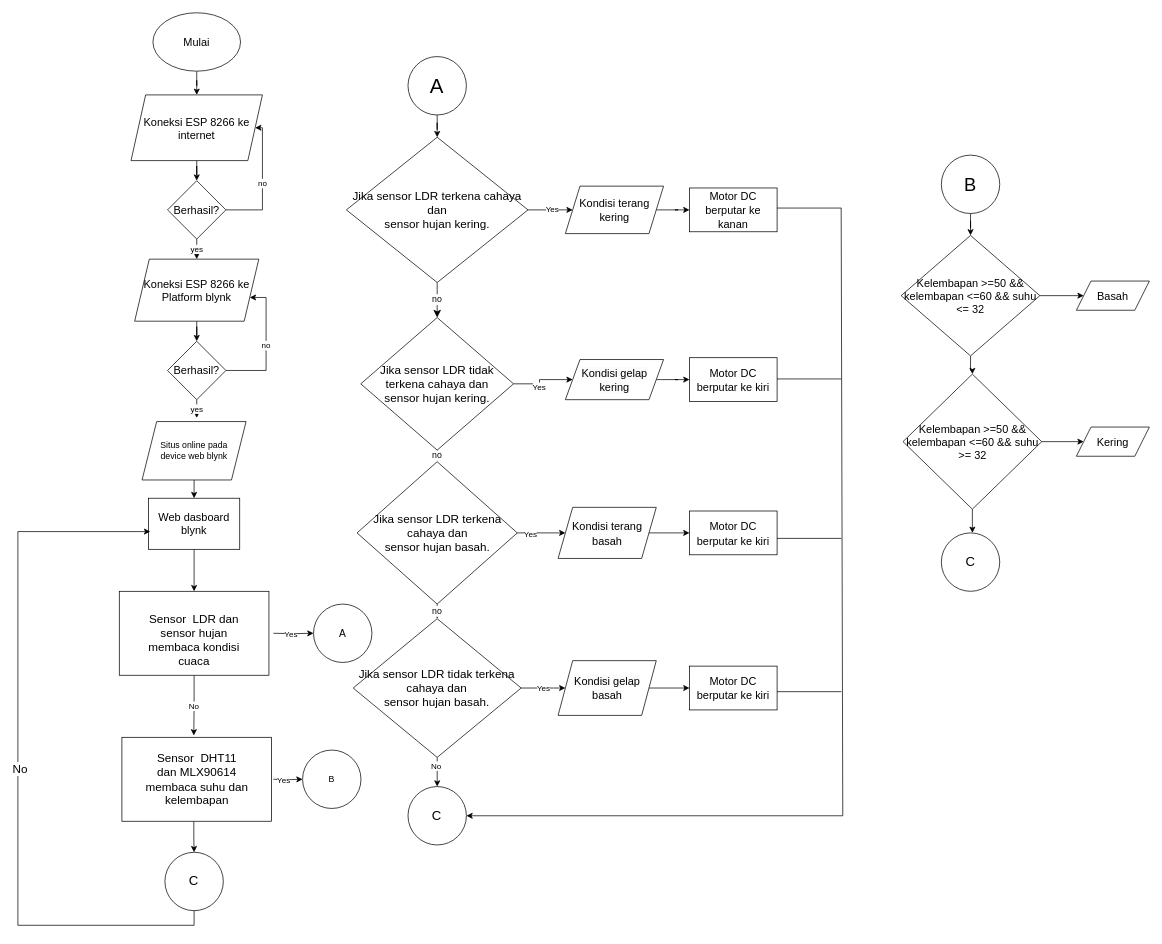
Before: Untitled Diagram.drawio in briannugroho/technical-project-Assignment-1, a draw.io diagram. Source tidied: cells renumbered, new cells numbered last; positions are measured from the earlier drawing's top-left corner, leaving out a move shared by most shapes. Both pictures are drawn from the tidied source at 73%, with x=0, y=0 at pixel (18, 12).
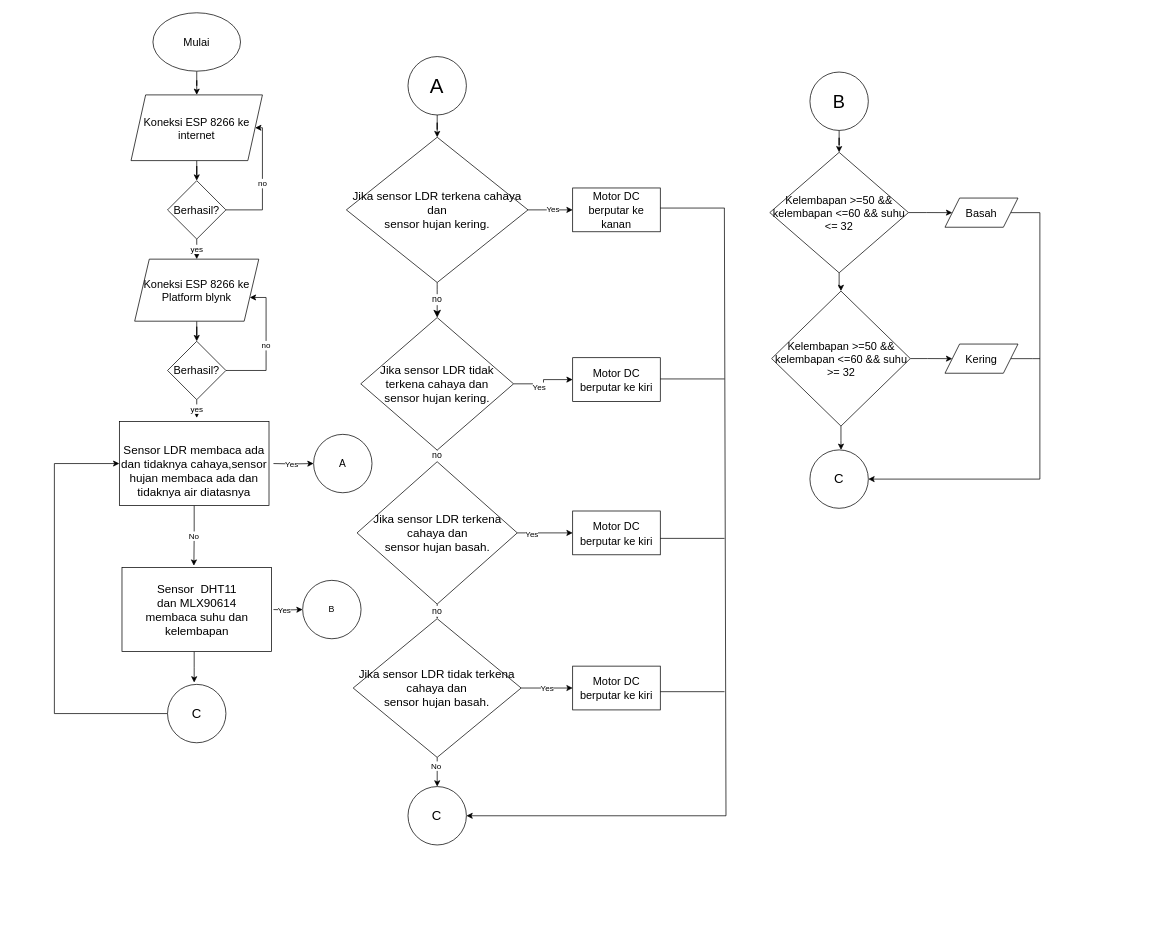
The same diagram, later.

Unchanged cells that the change refers to:
```xml
<mxCell id="19" value="&lt;font style=&quot;font-size: 16px;&quot;&gt;Jika sensor LDR terkena cahaya dan&lt;br&gt;sensor hujan kering.&lt;/font&gt;" style="rhombus;whiteSpace=wrap;html=1;rounded=0;fontSize=16;" parent="1" vertex="1">
  <mxGeometry x="450" y="170.5" width="248.8" height="199" as="geometry" />
</mxCell>
<mxCell id="23" value="Jika sensor LDR tidak terkena cahaya dan&lt;br style=&quot;border-color: var(--border-color);&quot;&gt;sensor hujan kering." style="rhombus;whiteSpace=wrap;html=1;rounded=0;fontSize=16;" parent="1" vertex="1">
  <mxGeometry x="469.7" y="417.5" width="209.3" height="181.6" as="geometry" />
</mxCell>
<mxCell id="27" value="Jika sensor LDR terkena cahaya dan&lt;br style=&quot;border-color: var(--border-color);&quot;&gt;sensor hujan basah." style="rhombus;whiteSpace=wrap;html=1;rounded=0;fontSize=16;" parent="1" vertex="1">
  <mxGeometry x="464.6" y="615" width="219.5" height="195" as="geometry" />
</mxCell>
<mxCell id="32" value="Jika sensor LDR tidak terkena cahaya dan&lt;br style=&quot;border-color: var(--border-color);&quot;&gt;sensor hujan basah." style="rhombus;whiteSpace=wrap;html=1;rounded=0;fontSize=16;" parent="1" vertex="1">
  <mxGeometry x="459.3" y="830" width="230.1" height="190" as="geometry" />
</mxCell>
<mxCell id="58" value="&lt;font style=&quot;font-size: 18px;&quot;&gt;C&lt;/font&gt;" style="ellipse;whiteSpace=wrap;html=1;" parent="1" vertex="1">
  <mxGeometry x="534.4" y="1060" width="80" height="80" as="geometry" />
</mxCell>
```

Change to the diagram source:
```diff
@@
-    <mxCell id="14" style="edgeStyle=orthogonalEdgeStyle;rounded=0;jettySize=auto;html=1;entryX=0.5;entryY=0;entryDx=0;entryDy=0;" parent="1" edge="1" source="15" target="79">
-      <mxGeometry relative="1" as="geometry" />
-    </mxCell>
-    <mxCell id="15" value="&lt;font style=&quot;font-size: 15px;&quot;&gt;Web dasboard blynk&lt;/font&gt;" style="whiteSpace=wrap;html=1;" parent="1" vertex="1">
-      <mxGeometry x="178.9" y="665" width="125" height="70" as="geometry" />
-    </mxCell>
@@
-    <mxCell id="17" style="edgeStyle=orthogonalEdgeStyle;rounded=0;jettySize=auto;html=1;" parent="1" edge="1" source="19" target="34">
-      <mxGeometry relative="1" as="geometry" />
+    <mxCell id="17" style="edgeStyle=orthogonalEdgeStyle;rounded=0;jettySize=auto;html=1;" parent="1" edge="1" source="19">
+      <mxGeometry relative="1" as="geometry">
+        <mxPoint x="760" y="270" as="targetPoint" />
+      </mxGeometry>
     </mxCell>
@@
-    <mxCell id="21" style="edgeStyle=orthogonalEdgeStyle;rounded=0;jettySize=auto;html=1;" parent="1" edge="1" source="23" target="36">
-      <mxGeometry relative="1" as="geometry" />
+    <mxCell id="21" style="edgeStyle=orthogonalEdgeStyle;rounded=0;jettySize=auto;html=1;" parent="1" edge="1" source="23">
+      <mxGeometry relative="1" as="geometry">
+        <mxPoint x="760" y="502.5" as="targetPoint" />
+        <Array as="points">
+          <mxPoint x="720" y="508" />
+          <mxPoint x="720" y="503" />
+        </Array>
+      </mxGeometry>
     </mxCell>
@@
-    <mxCell id="25" style="edgeStyle=orthogonalEdgeStyle;rounded=0;jettySize=auto;html=1;" parent="1" edge="1" source="27" target="38">
+    <mxCell id="25" style="edgeStyle=orthogonalEdgeStyle;rounded=0;jettySize=auto;html=1;entryX=0;entryY=0.5;entryDx=0;entryDy=0;" parent="1" edge="1" source="27" target="43">
       <mxGeometry relative="1" as="geometry" />
     </mxCell>
@@
-    <mxCell id="28" style="edgeStyle=orthogonalEdgeStyle;rounded=0;jettySize=auto;html=1;" parent="1" edge="1" source="32" target="40">
+    <mxCell id="28" style="edgeStyle=orthogonalEdgeStyle;rounded=0;jettySize=auto;html=1;entryX=0;entryY=0.5;entryDx=0;entryDy=0;" parent="1" edge="1" source="32" target="44">
       <mxGeometry relative="1" as="geometry" />
     </mxCell>
@@
-    <mxCell id="33" style="edgeStyle=orthogonalEdgeStyle;rounded=0;jettySize=auto;html=1;" parent="1" edge="1" source="34" target="41">
-      <mxGeometry relative="1" as="geometry" />
-    </mxCell>
-    <mxCell id="34" value="&lt;font style=&quot;font-size: 15px;&quot;&gt;Kondisi terang kering&lt;/font&gt;" style="shape=parallelogram;perimeter=parallelogramPerimeter;whiteSpace=wrap;html=1;fixedSize=1;fontSize=16;rounded=0;" parent="1" vertex="1">
-      <mxGeometry x="750" y="237.5" width="134.5" height="65" as="geometry" />
-    </mxCell>
-    <mxCell id="35" style="edgeStyle=orthogonalEdgeStyle;rounded=0;jettySize=auto;html=1;" parent="1" edge="1" source="36" target="42">
-      <mxGeometry relative="1" as="geometry" />
-    </mxCell>
-    <mxCell id="36" value="&lt;span style=&quot;color: rgb(0, 0, 0); font-family: Helvetica; font-style: normal; font-variant-ligatures: normal; font-variant-caps: normal; font-weight: 400; letter-spacing: normal; orphans: 2; text-align: center; text-indent: 0px; text-transform: none; widows: 2; word-spacing: 0px; -webkit-text-stroke-width: 0px; background-color: rgb(251, 251, 251); text-decoration-thickness: initial; text-decoration-style: initial; text-decoration-color: initial; float: none; display: inline !important;&quot;&gt;&lt;font style=&quot;font-size: 15px;&quot;&gt;Kondisi gelap kering&lt;/font&gt;&lt;/span&gt;" style="shape=parallelogram;perimeter=parallelogramPerimeter;whiteSpace=wrap;html=1;fixedSize=1;fontSize=16;rounded=0;" parent="1" vertex="1">
-      <mxGeometry x="750" y="475" width="134.5" height="55" as="geometry" />
-    </mxCell>
-    <mxCell id="37" style="edgeStyle=orthogonalEdgeStyle;rounded=0;jettySize=auto;html=1;" parent="1" edge="1" source="38" target="43">
-      <mxGeometry relative="1" as="geometry" />
-    </mxCell>
-    <mxCell id="38" value="&lt;span style=&quot;color: rgb(0, 0, 0); font-family: Helvetica; font-style: normal; font-variant-ligatures: normal; font-variant-caps: normal; font-weight: 400; letter-spacing: normal; orphans: 2; text-align: center; text-indent: 0px; text-transform: none; widows: 2; word-spacing: 0px; -webkit-text-stroke-width: 0px; background-color: rgb(251, 251, 251); text-decoration-thickness: initial; text-decoration-style: initial; text-decoration-color: initial; float: none; display: inline !important;&quot;&gt;&lt;font style=&quot;font-size: 15px;&quot;&gt;Kondisi terang basah&lt;/font&gt;&lt;/span&gt;" style="shape=parallelogram;perimeter=parallelogramPerimeter;whiteSpace=wrap;html=1;fixedSize=1;fontSize=16;rounded=0;" parent="1" vertex="1">
-      <mxGeometry x="740" y="677.5" width="134.5" height="70" as="geometry" />
-    </mxCell>
-    <mxCell id="39" style="edgeStyle=orthogonalEdgeStyle;rounded=0;jettySize=auto;html=1;entryX=0;entryY=0.5;entryDx=0;entryDy=0;" parent="1" edge="1" source="40" target="44">
-      <mxGeometry relative="1" as="geometry" />
-    </mxCell>
-    <mxCell id="40" value="&lt;span style=&quot;color: rgb(0, 0, 0); font-family: Helvetica; font-style: normal; font-variant-ligatures: normal; font-variant-caps: normal; font-weight: 400; letter-spacing: normal; orphans: 2; text-align: center; text-indent: 0px; text-transform: none; widows: 2; word-spacing: 0px; -webkit-text-stroke-width: 0px; background-color: rgb(251, 251, 251); text-decoration-thickness: initial; text-decoration-style: initial; text-decoration-color: initial; float: none; display: inline !important;&quot;&gt;&lt;font style=&quot;font-size: 15px;&quot;&gt;Kondisi gelap basah&lt;/font&gt;&lt;/span&gt;" style="shape=parallelogram;perimeter=parallelogramPerimeter;whiteSpace=wrap;html=1;fixedSize=1;fontSize=16;rounded=0;" parent="1" vertex="1">
-      <mxGeometry x="740" y="887.5" width="134.5" height="75" as="geometry" />
-    </mxCell>
     <mxCell id="41" value="&lt;font style=&quot;font-size: 15px;&quot;&gt;Motor DC berputar ke kanan&lt;/font&gt;" style="whiteSpace=wrap;html=1;fontSize=16;rounded=0;" parent="1" vertex="1">
-      <mxGeometry x="920" y="240" width="120" height="60" as="geometry" />
+      <mxGeometry x="760" y="240" width="120" height="60" as="geometry" />
     </mxCell>
     <mxCell id="42" value="&lt;font style=&quot;font-size: 15px;&quot;&gt;Motor DC berputar ke kiri&lt;/font&gt;" style="whiteSpace=wrap;html=1;fontSize=16;rounded=0;" parent="1" vertex="1">
-      <mxGeometry x="920" y="472.5" width="120" height="60" as="geometry" />
+      <mxGeometry x="760" y="472.5" width="120" height="60" as="geometry" />
     </mxCell>
     <mxCell id="43" value="&lt;font style=&quot;font-size: 15px;&quot;&gt;Motor DC berputar ke kiri&lt;/font&gt;" style="whiteSpace=wrap;html=1;fontSize=16;rounded=0;" parent="1" vertex="1">
-      <mxGeometry x="920" y="682.5" width="120" height="60" as="geometry" />
+      <mxGeometry x="760" y="682.5" width="120" height="60" as="geometry" />
     </mxCell>
     <mxCell id="44" value="&lt;font style=&quot;font-size: 15px;&quot;&gt;Motor DC berputar ke kiri&lt;/font&gt;" style="whiteSpace=wrap;html=1;fontSize=16;rounded=0;" parent="1" vertex="1">
-      <mxGeometry x="920" y="895" width="120" height="60" as="geometry" />
+      <mxGeometry x="760" y="895" width="120" height="60" as="geometry" />
     </mxCell>
@@
     <mxCell id="48" value="&lt;font style=&quot;font-size: 25px;&quot;&gt;B&lt;/font&gt;" style="ellipse;whiteSpace=wrap;html=1;" parent="1" vertex="1">
-      <mxGeometry x="1265" y="195" width="80" height="80" as="geometry" />
+      <mxGeometry x="1085" y="81.2" width="80" height="80" as="geometry" />
     </mxCell>
@@
     <mxCell id="51" value="&lt;span style=&quot;font-size: 15px;&quot;&gt;Kelembapan &amp;gt;=50 &amp;amp;&amp;amp; kelembapan &amp;lt;=60 &amp;amp;&amp;amp; suhu &amp;lt;= 32&lt;/span&gt;" style="rhombus;whiteSpace=wrap;html=1;" parent="1" vertex="1">
-      <mxGeometry x="1210" y="305" width="190" height="165" as="geometry" />
+      <mxGeometry x="1030" y="191.2" width="190" height="165" as="geometry" />
     </mxCell>
@@
     <mxCell id="53" style="edgeStyle=orthogonalEdgeStyle;rounded=0;jettySize=auto;html=1;" parent="1" edge="1" source="54">
       <mxGeometry relative="1" as="geometry">
-        <mxPoint x="1307.6" y="712.5" as="targetPoint" />
+        <mxPoint x="1127.6" y="598.8" as="targetPoint" />
       </mxGeometry>
     </mxCell>
     <mxCell id="54" value="&lt;font style=&quot;font-size: 15px;&quot;&gt;Kelembapan &amp;gt;=50 &amp;amp;&amp;amp; kelembapan &amp;lt;=60 &amp;amp;&amp;amp; suhu &amp;gt;= 32&lt;/font&gt;" style="rhombus;whiteSpace=wrap;html=1;" parent="1" vertex="1">
-      <mxGeometry x="1212.5" y="495" width="190" height="185" as="geometry" />
+      <mxGeometry x="1032.5" y="381.2" width="190" height="185" as="geometry" />
     </mxCell>
+    <mxCell id="81" style="edgeStyle=orthogonalEdgeStyle;rounded=0;jettySize=auto;html=1;entryX=1;entryY=0.5;entryDx=0;entryDy=0;" parent="1" edge="1" source="55" target="57">
+      <mxGeometry relative="1" as="geometry">
+        <Array as="points">
+          <mxPoint x="1400" y="274.2" />
+          <mxPoint x="1400" y="639.2" />
+        </Array>
+      </mxGeometry>
+    </mxCell>
     <mxCell id="55" value="&lt;font style=&quot;font-size: 15px;&quot;&gt;Basah&lt;/font&gt;" style="shape=parallelogram;perimeter=parallelogramPerimeter;whiteSpace=wrap;html=1;fixedSize=1;" parent="1" vertex="1">
-      <mxGeometry x="1450" y="367.5" width="100" height="40" as="geometry" />
+      <mxGeometry x="1270" y="253.8" width="100" height="40" as="geometry" />
     </mxCell>
+    <mxCell id="82" style="edgeStyle=orthogonalEdgeStyle;rounded=0;jettySize=auto;html=1;endArrow=none;endFill=0;" parent="1" edge="1" source="56">
+      <mxGeometry relative="1" as="geometry">
+        <mxPoint x="1400" y="473.8" as="targetPoint" />
+      </mxGeometry>
+    </mxCell>
     <mxCell id="56" value="&lt;font style=&quot;font-size: 15px;&quot;&gt;Kering&lt;/font&gt;" style="shape=parallelogram;perimeter=parallelogramPerimeter;whiteSpace=wrap;html=1;fixedSize=1;" parent="1" vertex="1">
-      <mxGeometry x="1450" y="567.5" width="100" height="40" as="geometry" />
+      <mxGeometry x="1270" y="453.8" width="100" height="40" as="geometry" />
     </mxCell>
     <mxCell id="57" value="&lt;span style=&quot;font-size: 18px;&quot;&gt;C&lt;/span&gt;" style="ellipse;whiteSpace=wrap;html=1;" parent="1" vertex="1">
-      <mxGeometry x="1265" y="712.5" width="80" height="80" as="geometry" />
+      <mxGeometry x="1085" y="598.8" width="80" height="80" as="geometry" />
     </mxCell>
@@
     <mxCell id="59" style="endArrow=none;html=1;rounded=0;" parent="1" edge="1">
       <mxGeometry relative="1" as="geometry">
-        <mxPoint x="1130" y="1100" as="sourcePoint" />
-        <mxPoint x="1127.8" y="267.5" as="targetPoint" />
+        <mxPoint x="970" y="1100" as="sourcePoint" />
+        <mxPoint x="967.8" y="267.5" as="targetPoint" />
       </mxGeometry>
     </mxCell>
     <mxCell id="60" style="endArrow=none;html=1;rounded=0;exitX=1;exitY=0.5;exitDx=0;exitDy=0;" parent="1" edge="1">
       <mxGeometry relative="1" as="geometry">
-        <mxPoint x="1040" y="501.6" as="sourcePoint" />
-        <mxPoint x="1128" y="501.6" as="targetPoint" />
+        <mxPoint x="880" y="501.6" as="sourcePoint" />
+        <mxPoint x="968" y="501.6" as="targetPoint" />
       </mxGeometry>
     </mxCell>
     <mxCell id="61" value="&lt;font style=&quot;font-size: 14px;&quot;&gt;A&lt;/font&gt;" style="ellipse;whiteSpace=wrap;html=1;" parent="1" vertex="1">
-      <mxGeometry x="405" y="810" width="80" height="80" as="geometry" />
+      <mxGeometry x="405.1" y="577.5" width="80" height="80" as="geometry" />
     </mxCell>
-    <mxCell id="62" style="edgeStyle=orthogonalEdgeStyle;rounded=0;jettySize=auto;html=1;" parent="1" edge="1" source="63" target="15">
-      <mxGeometry relative="1" as="geometry" />
-    </mxCell>
-    <mxCell id="63" value="Situs online pada&lt;br&gt;device web blynk" style="shape=parallelogram;perimeter=parallelogramPerimeter;whiteSpace=wrap;html=1;fixedSize=1;" parent="1" vertex="1">
-      <mxGeometry x="170.1" y="560" width="142.5" height="80" as="geometry" />
-    </mxCell>
     <mxCell id="64" style="edgeStyle=orthogonalEdgeStyle;rounded=0;jettySize=auto;html=1;" parent="1" edge="1" source="79">
       <mxGeometry relative="1" as="geometry">
-        <mxPoint x="241" y="990" as="targetPoint" />
+        <mxPoint x="241.1" y="757.5" as="targetPoint" />
       </mxGeometry>
     </mxCell>
@@
     <mxCell id="66" style="edgeStyle=orthogonalEdgeStyle;rounded=0;jettySize=auto;html=1;" parent="1" edge="1" target="61">
       <mxGeometry relative="1" as="geometry">
-        <mxPoint x="350" y="850" as="sourcePoint" />
+        <mxPoint x="350.1" y="617.5" as="sourcePoint" />
       </mxGeometry>
     </mxCell>
@@
     <mxCell id="68" style="endArrow=none;html=1;rounded=0;exitX=1;exitY=0.5;exitDx=0;exitDy=0;" parent="1" edge="1">
       <mxGeometry relative="1" as="geometry">
-        <mxPoint x="1040" y="267.5" as="sourcePoint" />
-        <mxPoint x="1128" y="267.5" as="targetPoint" />
+        <mxPoint x="880" y="267.5" as="sourcePoint" />
+        <mxPoint x="968" y="267.5" as="targetPoint" />
       </mxGeometry>
     </mxCell>
     <mxCell id="69" style="edgeStyle=orthogonalEdgeStyle;rounded=0;jettySize=auto;html=1;" parent="1" edge="1" target="74">
       <mxGeometry relative="1" as="geometry">
-        <mxPoint x="350" y="1050" as="sourcePoint" />
+        <mxPoint x="350.1" y="817.5" as="sourcePoint" />
       </mxGeometry>
     </mxCell>
@@
-    <mxCell id="71" style="edgeStyle=orthogonalEdgeStyle;rounded=0;jettySize=auto;html=1;entryX=0.019;entryY=0.653;entryDx=0;entryDy=0;entryPerimeter=0;exitX=0.5;exitY=1;exitDx=0;exitDy=0;" parent="1" edge="1" source="78" target="15">
-      <mxGeometry relative="1" as="geometry">
-        <Array as="points">
-          <mxPoint x="241" y="1250" />
-          <mxPoint y="1250" />
-          <mxPoint y="711" />
-        </Array>
-      </mxGeometry>
-    </mxCell>
-    <mxCell id="72" value="&lt;font style=&quot;font-size: 16px;&quot;&gt;No&lt;/font&gt;" style="edgeLabel;html=1;align=center;verticalAlign=middle;" parent="71" vertex="1">
-      <mxGeometry x="-0.03" y="-2" relative="1" as="geometry" />
-    </mxCell>
-    <mxCell id="73" style="edgeStyle=orthogonalEdgeStyle;rounded=0;jettySize=auto;html=1;" parent="1" edge="1" source="80" target="78">
+    <mxCell id="73" style="edgeStyle=orthogonalEdgeStyle;rounded=0;jettySize=auto;html=1;" parent="1" edge="1" source="80">
       <mxGeometry relative="1" as="geometry">
+        <mxPoint x="241.5" y="917.5" as="targetPoint" />
         <Array as="points">
-          <mxPoint x="241" y="1129" />
+          <mxPoint x="241.1" y="896.5" />
         </Array>
       </mxGeometry>
     </mxCell>
     <mxCell id="74" value="B" style="ellipse;whiteSpace=wrap;html=1;" parent="1" vertex="1">
-      <mxGeometry x="390" y="1010" width="80" height="80" as="geometry" />
+      <mxGeometry x="390.1" y="777.5" width="80" height="80" as="geometry" />
     </mxCell>
     <mxCell id="75" style="endArrow=none;html=1;rounded=0;exitX=1;exitY=0.5;exitDx=0;exitDy=0;" parent="1" edge="1">
       <mxGeometry relative="1" as="geometry">
-        <mxPoint x="1040" y="720" as="sourcePoint" />
-        <mxPoint x="1128" y="720" as="targetPoint" />
+        <mxPoint x="880" y="720" as="sourcePoint" />
+        <mxPoint x="968" y="720" as="targetPoint" />
       </mxGeometry>
     </mxCell>
     <mxCell id="76" style="endArrow=none;html=1;rounded=0;exitX=1;exitY=0.5;exitDx=0;exitDy=0;" parent="1" edge="1">
       <mxGeometry relative="1" as="geometry">
-        <mxPoint x="1040" y="930" as="sourcePoint" />
-        <mxPoint x="1128" y="930" as="targetPoint" />
+        <mxPoint x="880" y="930" as="sourcePoint" />
+        <mxPoint x="968" y="930" as="targetPoint" />
       </mxGeometry>
     </mxCell>
     <mxCell id="77" style="endArrow=classic;html=1;rounded=0;entryX=1;entryY=0.5;entryDx=0;entryDy=0;" parent="1" edge="1" target="58">
       <mxGeometry relative="1" as="geometry">
-        <mxPoint x="1130" y="1100" as="sourcePoint" />
+        <mxPoint x="970" y="1100" as="sourcePoint" />
       </mxGeometry>
     </mxCell>
+    <mxCell id="83" style="edgeStyle=orthogonalEdgeStyle;rounded=0;jettySize=auto;html=1;entryX=0;entryY=0.5;entryDx=0;entryDy=0;" parent="1" edge="1" source="78" target="79">
+      <mxGeometry relative="1" as="geometry">
+        <Array as="points">
+          <mxPoint x="50" y="960" />
+          <mxPoint x="50" y="618" />
+        </Array>
+      </mxGeometry>
+    </mxCell>
     <mxCell id="78" value="&lt;font style=&quot;font-size: 18px;&quot;&gt;C&lt;/font&gt;" style="ellipse;whiteSpace=wrap;html=1;" parent="1" vertex="1">
-      <mxGeometry x="201.4" y="1150" width="80" height="80" as="geometry" />
+      <mxGeometry x="205" y="920" width="80" height="80" as="geometry" />
     </mxCell>
-    <mxCell id="79" value="&lt;font style=&quot;font-size: 16px;&quot;&gt;&lt;br style=&quot;border-color: var(--border-color);&quot;&gt;Sensor&amp;nbsp; LDR dan&lt;br style=&quot;border-color: var(--border-color);&quot;&gt;sensor hujan&lt;br style=&quot;border-color: var(--border-color);&quot;&gt;membaca kondisi&lt;br style=&quot;border-color: var(--border-color);&quot;&gt;cuaca&lt;/font&gt;" style="rounded=0;whiteSpace=wrap;html=1;" parent="1" vertex="1">
-      <mxGeometry x="138.9" y="792.5" width="205" height="115" as="geometry" />
+    <mxCell id="79" value="&lt;font style=&quot;font-size: 16px;&quot;&gt;&lt;br style=&quot;border-color: var(--border-color);&quot;&gt;Sensor LDR membaca ada dan tidaknya cahaya,sensor hujan membaca ada dan tidaknya air diatasnya&lt;br&gt;&lt;/font&gt;" style="rounded=0;whiteSpace=wrap;html=1;" parent="1" vertex="1">
+      <mxGeometry x="139" y="560" width="205" height="115" as="geometry" />
     </mxCell>
     <mxCell id="80" value="&lt;font style=&quot;font-size: 16px;&quot;&gt;Sensor&amp;nbsp; DHT11&lt;br style=&quot;border-color: var(--border-color);&quot;&gt;dan MLX90614&lt;br style=&quot;border-color: var(--border-color);&quot;&gt;membaca suhu dan&lt;br style=&quot;border-color: var(--border-color);&quot;&gt;kelembapan&lt;/font&gt;" style="rounded=0;whiteSpace=wrap;html=1;" parent="1" vertex="1">
-      <mxGeometry x="142.5" y="992.5" width="205" height="115" as="geometry" />
+      <mxGeometry x="142.6" y="760" width="205" height="115" as="geometry" />
     </mxCell>
```
